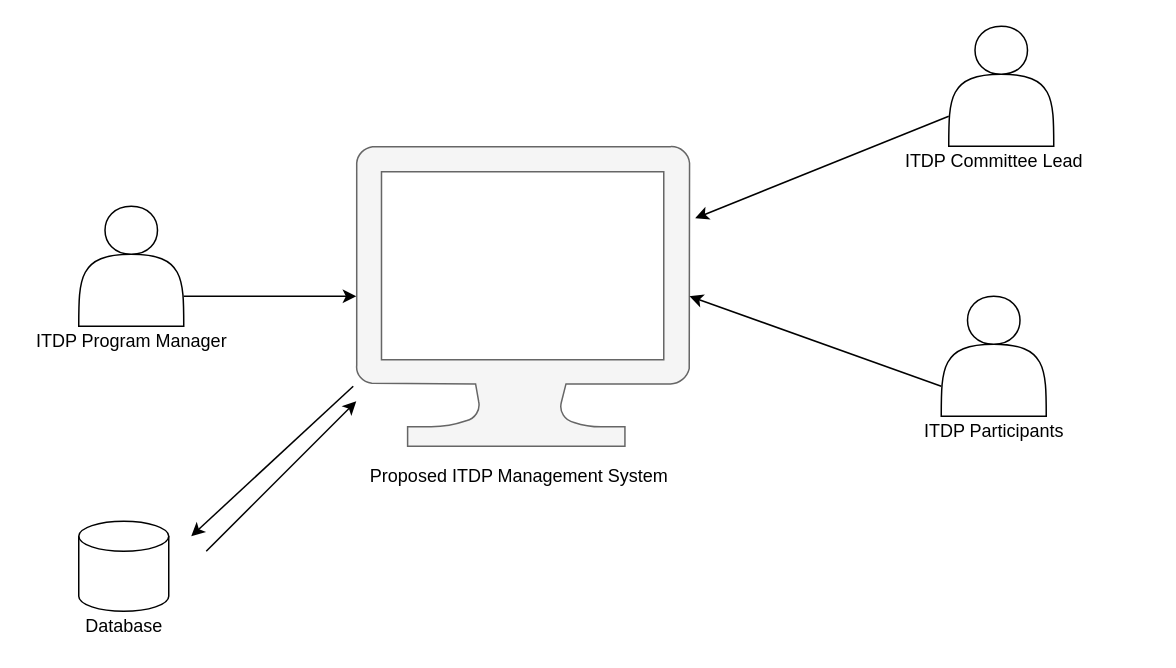
frostyseb/ITDP keeps this draw.io diagram as page "System Architecture" (1 of 8) of DellEvent.drawio. Above is the earlier version. Source tidied: cells renumbered, new cells numbered last; positions are measured from the earlier drawing's top-left corner, leaving out a move shared by most shapes. Both pictures are drawn from the tidied source at 150%, with x=0, y=0 at pixel (26, 26). Pictures stored in the file or linked from it are replaced by grey dashed boxes.
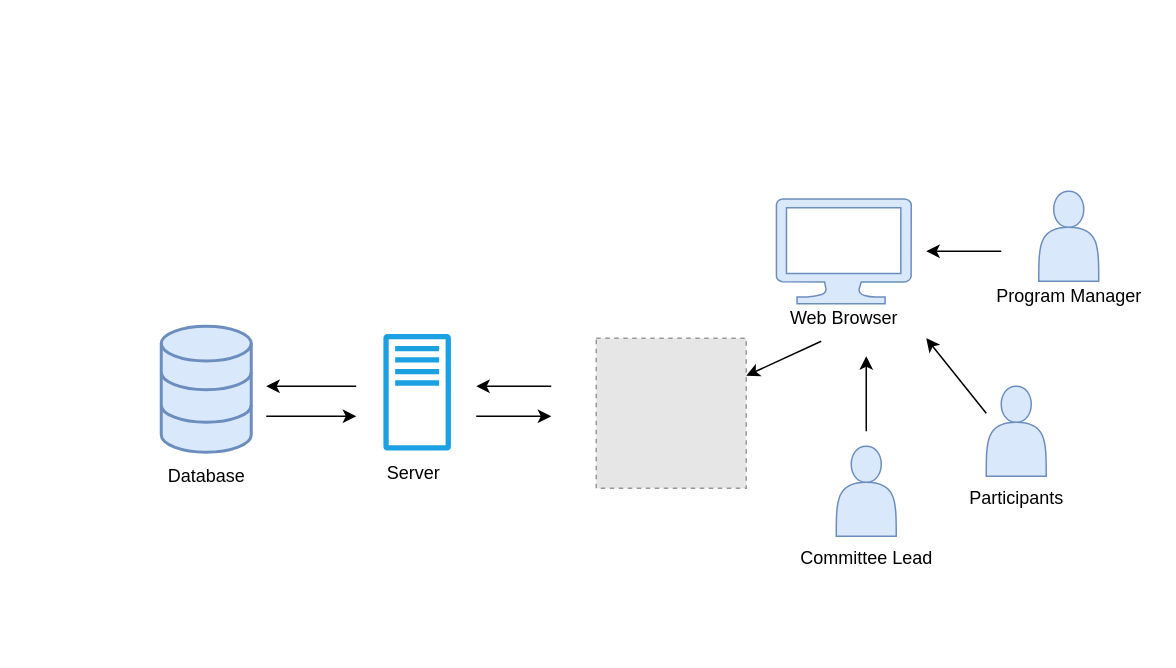
The same page after the edit.

What changed in the source:
```diff
@@
-    <mxCell id="2" style="shadow=0;dashed=0;html=1;strokeColor=#666666;labelPosition=center;verticalLabelPosition=bottom;verticalAlign=top;align=center;fillColor=#f5f5f5;shape=mxgraph.azure.computer;fontColor=#333333;strokeWidth=1;" parent="1" vertex="1">
-      <mxGeometry x="220" y="80" width="222.2" height="200" as="geometry" />
-    </mxCell>
-    <mxCell id="3" value="Proposed ITDP Management System&amp;nbsp;" style="text;html=1;align=center;verticalAlign=middle;" parent="1" vertex="1">
-      <mxGeometry x="220" y="290" width="220" height="20" as="geometry" />
-    </mxCell>
-    <mxCell id="4" style="group;" parent="1" vertex="1">
-      <mxGeometry x="590" y="180" width="110" height="100" as="geometry" />
-    </mxCell>
-    <mxCell id="5" style="shape=actor;whiteSpace=wrap;html=1;strokeWidth=1;" parent="4" vertex="1">
-      <mxGeometry x="20" width="70" height="80" as="geometry" />
-    </mxCell>
-    <mxCell id="6" value="ITDP Participants" style="text;html=1;align=center;verticalAlign=middle;" parent="4" vertex="1">
-      <mxGeometry y="80" width="110" height="20" as="geometry" />
-    </mxCell>
-    <mxCell id="7" style="group;" parent="1" vertex="1">
-      <mxGeometry x="580" width="130" height="100" as="geometry" />
-    </mxCell>
-    <mxCell id="8" style="shape=actor;whiteSpace=wrap;html=1;strokeWidth=1;" parent="7" vertex="1">
-      <mxGeometry x="35" width="70" height="80" as="geometry" />
-    </mxCell>
-    <mxCell id="9" value="ITDP Committee Lead" style="text;html=1;align=center;verticalAlign=middle;" parent="7" vertex="1">
-      <mxGeometry y="80" width="130" height="20" as="geometry" />
-    </mxCell>
-    <mxCell id="10" style="group;" parent="1" vertex="1">
-      <mxGeometry y="120" width="140" height="100" as="geometry" />
-    </mxCell>
-    <mxCell id="11" style="shape=actor;whiteSpace=wrap;html=1;strokeWidth=1;" parent="10" vertex="1">
-      <mxGeometry x="35" width="70" height="80" as="geometry" />
-    </mxCell>
-    <mxCell id="12" value="ITDP Program Manager" style="text;html=1;align=center;verticalAlign=middle;" parent="10" vertex="1">
-      <mxGeometry y="80" width="140" height="20" as="geometry" />
-    </mxCell>
-    <mxCell id="13" style="endArrow=classic;html=1;exitX=1;exitY=0.75;exitDx=0;exitDy=0;entryX=0;entryY=0.5;entryDx=0;entryDy=0;entryPerimeter=0;" parent="1" edge="1" source="11" target="2">
-      <mxGeometry relative="1" as="geometry" />
-    </mxCell>
-    <mxCell id="14" style="endArrow=classic;html=1;exitX=0;exitY=0.75;exitDx=0;exitDy=0;entryX=1;entryY=0.5;entryDx=0;entryDy=0;entryPerimeter=0;" parent="1" edge="1" source="5" target="2">
-      <mxGeometry relative="1" as="geometry" />
-    </mxCell>
-    <mxCell id="15" style="endArrow=classic;html=1;exitX=0;exitY=0.75;exitDx=0;exitDy=0;entryX=1.017;entryY=0.24;entryDx=0;entryDy=0;entryPerimeter=0;" parent="1" edge="1" source="8" target="2">
-      <mxGeometry relative="1" as="geometry" />
-    </mxCell>
-    <mxCell id="16" style="group;" parent="1" vertex="1">
-      <mxGeometry x="30" y="330" width="70" height="80" as="geometry" />
-    </mxCell>
-    <mxCell id="17" style="strokeWidth=1;html=1;shape=mxgraph.flowchart.database;whiteSpace=wrap;" parent="16" vertex="1">
-      <mxGeometry x="5" width="60" height="60" as="geometry" />
-    </mxCell>
+    <mxCell id="21" style="fillColor=#E6E6E6;strokeColor=#999999;dashed=1;html=1;verticalAlign=top;verticalLabelPosition=bottom;labelBackgroundColor=#ffffff;" parent="1" vertex="1">
+      <mxGeometry x="380" y="208" width="100" height="100" as="geometry" />
+    </mxCell>
+    <mxCell id="22" style="endArrow=classic;html=1;" parent="1" edge="1">
+      <mxGeometry relative="1" as="geometry">
+        <mxPoint x="560" y="270" as="sourcePoint" />
+        <mxPoint x="560" y="220" as="targetPoint" />
+      </mxGeometry>
+    </mxCell>
+    <mxCell id="23" style="endArrow=classic;html=1;" parent="1" edge="1">
+      <mxGeometry relative="1" as="geometry">
+        <mxPoint x="350" y="240" as="sourcePoint" />
+        <mxPoint x="300" y="240" as="targetPoint" />
+      </mxGeometry>
+    </mxCell>
+    <mxCell id="24" style="endArrow=classic;html=1;" parent="1" edge="1">
+      <mxGeometry relative="1" as="geometry">
+        <mxPoint x="220" y="240" as="sourcePoint" />
+        <mxPoint x="160" y="240" as="targetPoint" />
+      </mxGeometry>
+    </mxCell>
+    <mxCell id="25" style="endArrow=classic;html=1;" parent="1" edge="1">
+      <mxGeometry relative="1" as="geometry">
+        <mxPoint x="650" y="150" as="sourcePoint" />
+        <mxPoint x="600" y="150" as="targetPoint" />
+      </mxGeometry>
+    </mxCell>
+    <mxCell id="26" style="endArrow=classic;html=1;entryX=1;entryY=0.25;entryDx=0;entryDy=0;exitX=0.333;exitY=1.25;exitDx=0;exitDy=0;exitPerimeter=0;" parent="1" edge="1" source="46" target="21">
+      <mxGeometry relative="1" as="geometry" />
+    </mxCell>
+    <mxCell id="27" style="endArrow=classic;html=1;" parent="1" edge="1">
+      <mxGeometry relative="1" as="geometry">
+        <mxPoint x="160" y="260" as="sourcePoint" />
+        <mxPoint x="220" y="260" as="targetPoint" />
+      </mxGeometry>
+    </mxCell>
+    <mxCell id="28" style="endArrow=classic;html=1;" parent="1" edge="1">
+      <mxGeometry relative="1" as="geometry">
+        <mxPoint x="300" y="260" as="sourcePoint" />
+        <mxPoint x="350" y="260" as="targetPoint" />
+      </mxGeometry>
+    </mxCell>
+    <mxCell id="29" style="group;" parent="1" vertex="1">
+      <mxGeometry x="650" y="110" width="100" height="80" as="geometry" />
+    </mxCell>
+    <mxCell id="30" style="shape=actor;whiteSpace=wrap;html=1;fillColor=#dae8fc;strokeColor=#6c8ebf;" parent="29" vertex="1">
+      <mxGeometry x="25" width="40" height="60" as="geometry" />
+    </mxCell>
+    <mxCell id="31" value="Program Manager" style="text;html=1;align=center;verticalAlign=middle;" parent="29" vertex="1">
+      <mxGeometry x="-10" y="60" width="110" height="20" as="geometry" />
+    </mxCell>
+    <mxCell id="32" style="group;" parent="1" vertex="1">
+      <mxGeometry x="620" y="240" width="80" height="85" as="geometry" />
+    </mxCell>
+    <mxCell id="33" style="shape=actor;whiteSpace=wrap;html=1;fillColor=#dae8fc;strokeColor=#6c8ebf;" parent="32" vertex="1">
+      <mxGeometry x="20" width="40" height="60" as="geometry" />
+    </mxCell>
+    <mxCell id="34" value="Participants" style="text;html=1;align=center;verticalAlign=middle;" parent="32" vertex="1">
+      <mxGeometry y="65" width="80" height="20" as="geometry" />
+    </mxCell>
+    <mxCell id="35" style="group;" parent="1" vertex="1">
+      <mxGeometry x="520" y="280" width="90" height="85" as="geometry" />
+    </mxCell>
+    <mxCell id="36" style="shape=actor;whiteSpace=wrap;html=1;fillColor=#dae8fc;strokeColor=#6c8ebf;" parent="35" vertex="1">
+      <mxGeometry x="20" width="40" height="60" as="geometry" />
+    </mxCell>
+    <mxCell id="37" value="Committee Lead" style="text;html=1;align=center;verticalAlign=middle;" parent="35" vertex="1">
+      <mxGeometry x="-10" y="65" width="100" height="20" as="geometry" />
+    </mxCell>
+    <mxCell id="38" style="endArrow=classic;html=1;" parent="1" edge="1">
+      <mxGeometry relative="1" as="geometry">
+        <mxPoint x="640" y="258" as="sourcePoint" />
+        <mxPoint x="600" y="208" as="targetPoint" />
+      </mxGeometry>
+    </mxCell>
+    <mxCell id="39" style="group;" parent="1" vertex="1">
+      <mxGeometry x="85" y="200" width="70" height="110" as="geometry" />
+    </mxCell>
+    <mxCell id="40" style="html=1;verticalLabelPosition=bottom;align=center;labelBackgroundColor=#ffffff;verticalAlign=top;strokeWidth=2;strokeColor=#6c8ebf;shadow=0;dashed=0;shape=mxgraph.ios7.icons.data;fillColor=#dae8fc;" parent="39" vertex="1">
+      <mxGeometry x="5" width="60" height="84" as="geometry" />
+    </mxCell>
-    <mxCell id="18" value="Database" style="text;html=1;align=center;verticalAlign=middle;" parent="16" vertex="1">
-      <mxGeometry y="60" width="70" height="20" as="geometry" />
+    <mxCell id="18" value="Database" style="text;html=1;align=center;verticalAlign=middle;" parent="39" vertex="1">
+      <mxGeometry y="90" width="70" height="20" as="geometry" />
     </mxCell>
-    <mxCell id="19" style="endArrow=classic;html=1;entryX=0;entryY=0.85;entryDx=0;entryDy=0;entryPerimeter=0;" parent="1" edge="1" target="2">
-      <mxGeometry relative="1" as="geometry">
-        <mxPoint x="120" y="350" as="sourcePoint" />
-      </mxGeometry>
-    </mxCell>
-    <mxCell id="20" style="endArrow=classic;html=1;exitX=-0.009;exitY=0.8;exitDx=0;exitDy=0;exitPerimeter=0;" parent="1" edge="1" source="2">
-      <mxGeometry relative="1" as="geometry">
-        <mxPoint x="110" y="340" as="targetPoint" />
-      </mxGeometry>
-    </mxCell>
+    <mxCell id="41" style="group;" parent="1" vertex="1">
+      <mxGeometry x="233.1" y="205" width="50" height="103" as="geometry" />
+    </mxCell>
+    <mxCell id="42" value="Server" style="text;html=1;align=center;verticalAlign=middle;" parent="41" vertex="1">
+      <mxGeometry y="83" width="50" height="20" as="geometry" />
+    </mxCell>
+    <mxCell id="43" style="strokeColor=#006EAF;dashed=0;verticalLabelPosition=bottom;verticalAlign=top;align=center;html=1;fontSize=12;fontStyle=0;shape=mxgraph.aws4.traditional_server;fillColor=#1ba1e2;fontColor=#ffffff;" parent="41" vertex="1">
+      <mxGeometry x="5" width="45" height="78" as="geometry" />
+    </mxCell>
+    <mxCell id="44" style="group;" parent="1" vertex="1">
+      <mxGeometry x="500" y="115" width="90" height="90" as="geometry" />
+    </mxCell>
+    <mxCell id="45" style="verticalLabelPosition=bottom;html=1;verticalAlign=top;align=center;strokeColor=#6c8ebf;fillColor=#dae8fc;shape=mxgraph.azure.computer;" parent="44" vertex="1">
+      <mxGeometry width="90" height="70" as="geometry" />
+    </mxCell>
+    <mxCell id="46" value="Web Browser" style="text;html=1;align=center;verticalAlign=middle;points=[];" parent="44" vertex="1">
+      <mxGeometry y="70" width="90" height="20" as="geometry" />
+    </mxCell>
```
